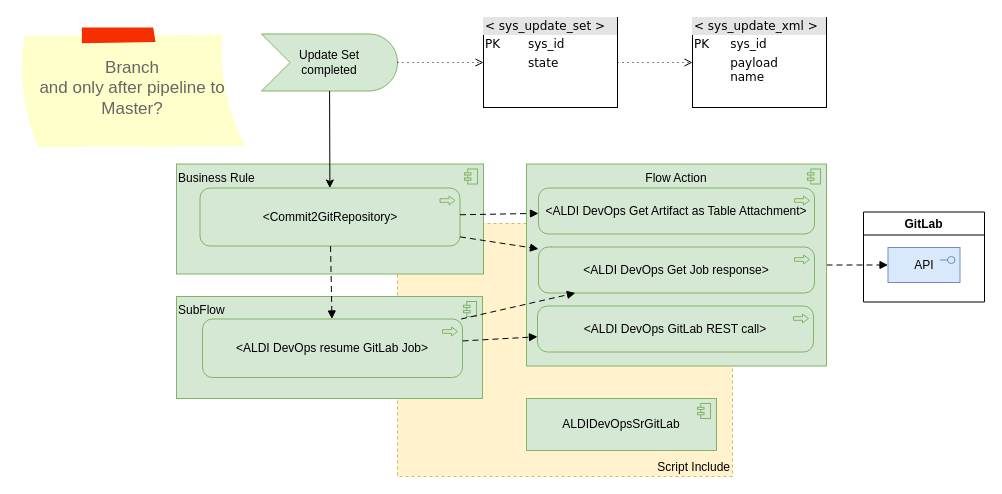
Before: page "SnUpdate" (2 of 5) of SnDevSecOps.drawio in algimas/tmp, a draw.io diagram. Source tidied: cells renumbered, new cells numbered last; positions are measured from the earlier drawing's top-left corner, leaving out a move shared by most shapes. Both pictures are drawn from the tidied source at 100%, with x=0, y=0 at pixel (17, 17).
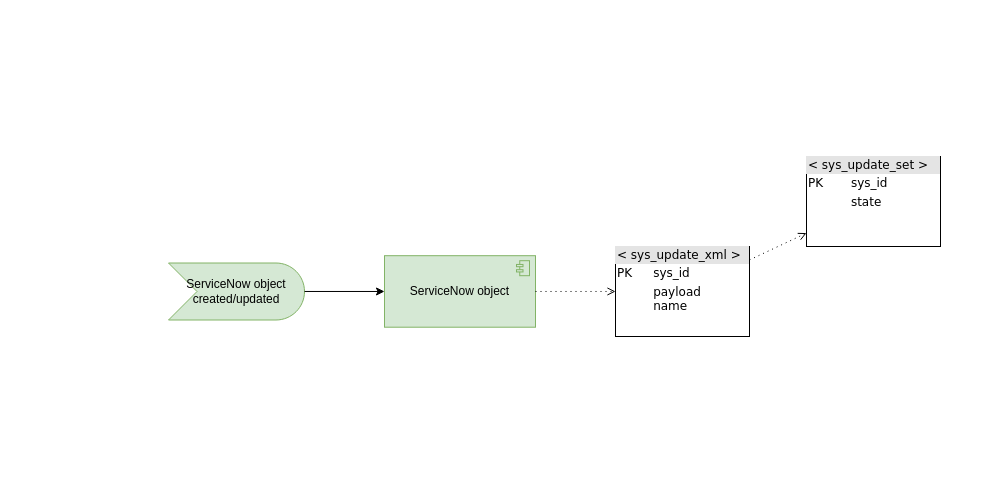
Above is the later version.

Change to the diagram source:
```diff
@@
-    <mxCell id="2" value="Script Include" style="html=1;whiteSpace=wrap;fillColor=#fff2cc;shape=mxgraph.archimate3.application;appType=comp;archiType=square;strokeColor=#d6b656;verticalAlign=bottom;align=right;dashed=1;" parent="1" vertex="1">
-      <mxGeometry x="380" y="206" width="335" height="253" as="geometry" />
-    </mxCell>
-    <mxCell id="3" value="Business Rule" style="html=1;outlineConnect=0;whiteSpace=wrap;fillColor=#d5e8d4;shape=mxgraph.archimate3.application;appType=comp;archiType=square;strokeColor=#82b366;verticalAlign=top;align=left;" parent="1" vertex="1">
-      <mxGeometry x="159" y="146.5" width="307" height="110" as="geometry" />
+    <mxCell id="3" value="ServiceNow object" style="html=1;outlineConnect=0;whiteSpace=wrap;fillColor=#d5e8d4;shape=mxgraph.archimate3.application;appType=comp;archiType=square;strokeColor=#82b366;verticalAlign=middle;align=center;" parent="1" vertex="1">
+      <mxGeometry x="367" y="238.2" width="151" height="71.5" as="geometry" />
     </mxCell>
-    <mxCell id="4" value="&amp;lt;Commit2GitRepository&amp;gt;" style="html=1;outlineConnect=0;whiteSpace=wrap;fillColor=#d5e8d4;shape=mxgraph.archimate3.application;appType=proc;archiType=rounded;strokeColor=#82b366;" parent="1" vertex="1">
-      <mxGeometry x="182.5" y="170.5" width="260" height="58" as="geometry" />
-    </mxCell>
-    <mxCell id="5" value="SubFlow" style="html=1;whiteSpace=wrap;fillColor=#d5e8d4;shape=mxgraph.archimate3.application;appType=comp;archiType=square;strokeColor=#82b366;verticalAlign=top;align=left;" parent="1" vertex="1">
-      <mxGeometry x="159" y="279" width="306" height="102" as="geometry" />
-    </mxCell>
-    <mxCell id="6" value="&amp;lt;ALDI DevOps resume GitLab Job&amp;gt;" style="html=1;outlineConnect=0;whiteSpace=wrap;fillColor=#d5e8d4;shape=mxgraph.archimate3.application;appType=proc;archiType=rounded;strokeColor=#82b366;verticalAlign=middle;" parent="1" vertex="1">
-      <mxGeometry x="185" y="301.5" width="260" height="58.5" as="geometry" />
-    </mxCell>
-    <mxCell id="7" value="Update Set &lt;br&gt;completed" style="html=1;outlineConnect=0;whiteSpace=wrap;fillColor=#d5e8d4;shape=mxgraph.archimate3.event;strokeColor=#82b366;" parent="1" vertex="1">
-      <mxGeometry x="244" y="16.5" width="136" height="57" as="geometry" />
+    <mxCell id="7" value="ServiceNow object created/updated" style="html=1;outlineConnect=0;whiteSpace=wrap;fillColor=#d5e8d4;shape=mxgraph.archimate3.event;strokeColor=#82b366;" parent="1" vertex="1">
+      <mxGeometry x="151" y="245.5" width="136" height="57" as="geometry" />
     </mxCell>
-    <mxCell id="8" style="edgeStyle=none;rounded=0;jettySize=auto;html=1;fontSize=6;" parent="1" edge="1" source="7" target="4">
+    <mxCell id="8" style="edgeStyle=none;rounded=0;jettySize=auto;html=1;fontSize=6;" parent="1" edge="1" source="7" target="3">
       <mxGeometry relative="1" as="geometry" />
     </mxCell>
     <mxCell id="9" value="&lt;div style=&quot;box-sizing: border-box ; width: 100% ; background: #e4e4e4 ; padding: 2px&quot;&gt;&amp;lt;&amp;nbsp;sys_update_set&amp;nbsp;&amp;gt;&lt;/div&gt;&lt;table style=&quot;width: 100% ; font-size: 1em&quot; cellpadding=&quot;2&quot; cellspacing=&quot;0&quot;&gt;&lt;tbody&gt;&lt;tr&gt;&lt;td&gt;PK&lt;/td&gt;&lt;td&gt;sys_id&lt;/td&gt;&lt;/tr&gt;&lt;tr&gt;&lt;td&gt;&lt;/td&gt;&lt;td&gt;state&lt;/td&gt;&lt;/tr&gt;&lt;tr&gt;&lt;td&gt;&lt;br&gt;&lt;/td&gt;&lt;td&gt;&lt;br&gt;&lt;/td&gt;&lt;/tr&gt;&lt;tr&gt;&lt;td&gt;&lt;br&gt;&lt;/td&gt;&lt;td&gt;&lt;/td&gt;&lt;/tr&gt;&lt;/tbody&gt;&lt;/table&gt;" style="verticalAlign=top;align=left;overflow=fill;html=1;rounded=0;shadow=0;comic=0;labelBackgroundColor=none;strokeWidth=1;fontFamily=Verdana;fontSize=12;" parent="1" vertex="1">
-      <mxGeometry x="466" width="134" height="90" as="geometry" />
+      <mxGeometry x="789" y="139" width="134" height="90" as="geometry" />
     </mxCell>
-    <mxCell id="10" value="GitLab" style="swimlane;" parent="1" vertex="1">
-      <mxGeometry x="846" y="194.5" width="121" height="90" as="geometry" />
-    </mxCell>
-    <mxCell id="11" value="API" style="html=1;outlineConnect=0;whiteSpace=wrap;fillColor=#dae8fc;shape=mxgraph.archimate3.application;appType=interface;archiType=square;strokeColor=#6c8ebf;verticalAlign=middle;" parent="10" vertex="1">
-      <mxGeometry x="24.5" y="35.5" width="72" height="35" as="geometry" />
-    </mxCell>
-    <mxCell id="12" style="html=1;endArrow=block;dashed=1;elbow=vertical;endFill=1;dashPattern=6 4;rounded=0;fontSize=12;" parent="1" edge="1" source="4" target="6">
-      <mxGeometry relative="1" as="geometry" />
-    </mxCell>
-    <mxCell id="13" value="ALDIDevOpsSrGitLab" style="html=1;whiteSpace=wrap;fillColor=#d5e8d4;shape=mxgraph.archimate3.application;appType=comp;archiType=square;strokeColor=#82b366;verticalAlign=middle;" parent="1" vertex="1">
-      <mxGeometry x="509" y="381" width="190" height="52" as="geometry" />
-    </mxCell>
-    <mxCell id="14" style="html=1;endArrow=open;elbow=vertical;endFill=0;dashed=1;dashPattern=1 4;rounded=0;fillColor=#00b9f2;" parent="1" edge="1" source="7" target="9">
+    <mxCell id="14" style="html=1;endArrow=open;elbow=vertical;endFill=0;dashed=1;dashPattern=1 4;rounded=0;fillColor=#00b9f2;" parent="1" edge="1" source="3" target="25">
       <mxGeometry relative="1" as="geometry" />
     </mxCell>
-    <mxCell id="15" style="html=1;endArrow=block;dashed=1;elbow=vertical;endFill=1;dashPattern=6 4;rounded=0;fontSize=12;" parent="1" edge="1" source="16" target="11">
-      <mxGeometry relative="1" as="geometry" />
-    </mxCell>
-    <mxCell id="16" value="Flow Action" style="html=1;outlineConnect=0;whiteSpace=wrap;fillColor=#d5e8d4;shape=mxgraph.archimate3.application;appType=comp;archiType=square;strokeColor=#82b366;verticalAlign=top;" parent="1" vertex="1">
-      <mxGeometry x="509" y="146.5" width="300" height="202" as="geometry" />
-    </mxCell>
-    <mxCell id="17" value="&amp;lt;ALDI&amp;nbsp;DevOps Get Job response&amp;gt;" style="html=1;outlineConnect=0;whiteSpace=wrap;fillColor=#d5e8d4;shape=mxgraph.archimate3.application;appType=proc;archiType=rounded;strokeColor=#82b366;" parent="1" vertex="1">
-      <mxGeometry x="521" y="229.5" width="276" height="46" as="geometry" />
-    </mxCell>
-    <mxCell id="18" value="&amp;lt;ALDI&amp;nbsp;DevOps Get Artifact as Table Attachment&amp;gt;" style="html=1;outlineConnect=0;whiteSpace=wrap;fillColor=#d5e8d4;shape=mxgraph.archimate3.application;appType=proc;archiType=rounded;strokeColor=#82b366;" parent="1" vertex="1">
-      <mxGeometry x="521" y="170.5" width="276" height="46" as="geometry" />
-    </mxCell>
-    <mxCell id="19" value="&amp;lt;ALDI&amp;nbsp;DevOps GitLab REST call&amp;gt;" style="html=1;outlineConnect=0;whiteSpace=wrap;fillColor=#d5e8d4;shape=mxgraph.archimate3.application;appType=proc;archiType=rounded;strokeColor=#82b366;" parent="1" vertex="1">
-      <mxGeometry x="520" y="288.5" width="276" height="46" as="geometry" />
-    </mxCell>
-    <mxCell id="20" style="html=1;endArrow=block;dashed=1;elbow=vertical;endFill=1;dashPattern=6 4;rounded=0;fontSize=12;" parent="1" edge="1" source="6" target="19">
-      <mxGeometry relative="1" as="geometry" />
-    </mxCell>
-    <mxCell id="21" style="html=1;endArrow=block;dashed=1;elbow=vertical;endFill=1;dashPattern=6 4;rounded=0;fontSize=12;" parent="1" edge="1" source="6" target="17">
-      <mxGeometry relative="1" as="geometry" />
-    </mxCell>
-    <mxCell id="22" style="html=1;endArrow=block;dashed=1;elbow=vertical;endFill=1;dashPattern=6 4;rounded=0;fontSize=12;" parent="1" edge="1" source="4" target="18">
-      <mxGeometry relative="1" as="geometry" />
-    </mxCell>
-    <mxCell id="23" style="html=1;endArrow=block;dashed=1;elbow=vertical;endFill=1;dashPattern=6 4;rounded=0;fontSize=12;" parent="1" edge="1" source="4" target="17">
-      <mxGeometry relative="1" as="geometry" />
-    </mxCell>
-    <mxCell id="24" value="Branch&lt;br&gt;and only after pipeline to Master?" style="strokeWidth=1;shadow=0;dashed=0;align=center;html=1;shape=mxgraph.mockup.text.stickyNote2;fontColor=#666666;mainText=;fontSize=17;whiteSpace=wrap;fillColor=#ffffcc;strokeColor=#F62E00;" parent="1" vertex="1">
-      <mxGeometry y="10" width="230" height="121" as="geometry" />
-    </mxCell>
     <mxCell id="25" value="&lt;div style=&quot;box-sizing: border-box ; width: 100% ; background: #e4e4e4 ; padding: 2px&quot;&gt;&amp;lt;&amp;nbsp;sys_update_xml&amp;nbsp;&amp;gt;&lt;/div&gt;&lt;table style=&quot;width: 100% ; font-size: 1em&quot; cellpadding=&quot;2&quot; cellspacing=&quot;0&quot;&gt;&lt;tbody&gt;&lt;tr&gt;&lt;td&gt;PK&lt;/td&gt;&lt;td&gt;sys_id&lt;/td&gt;&lt;/tr&gt;&lt;tr&gt;&lt;td&gt;&lt;/td&gt;&lt;td&gt;payload&lt;br&gt;name&lt;/td&gt;&lt;/tr&gt;&lt;tr&gt;&lt;td&gt;&lt;br&gt;&lt;/td&gt;&lt;td&gt;&lt;br&gt;&lt;/td&gt;&lt;/tr&gt;&lt;tr&gt;&lt;td&gt;&lt;br&gt;&lt;/td&gt;&lt;td&gt;&lt;/td&gt;&lt;/tr&gt;&lt;/tbody&gt;&lt;/table&gt;" style="verticalAlign=top;align=left;overflow=fill;html=1;rounded=0;shadow=0;comic=0;labelBackgroundColor=none;strokeWidth=1;fontFamily=Verdana;fontSize=12;" parent="1" vertex="1">
-      <mxGeometry x="675" width="134" height="90" as="geometry" />
+      <mxGeometry x="598" y="229" width="134" height="90" as="geometry" />
     </mxCell>
-    <mxCell id="26" style="html=1;endArrow=open;elbow=vertical;endFill=0;dashed=1;dashPattern=1 4;rounded=0;fillColor=#00b9f2;" parent="1" edge="1" source="9" target="25">
+    <mxCell id="26" style="html=1;endArrow=open;elbow=vertical;endFill=0;dashed=1;dashPattern=1 4;rounded=0;fillColor=#00b9f2;" parent="1" edge="1" source="25" target="9">
       <mxGeometry relative="1" as="geometry" />
     </mxCell>
```
